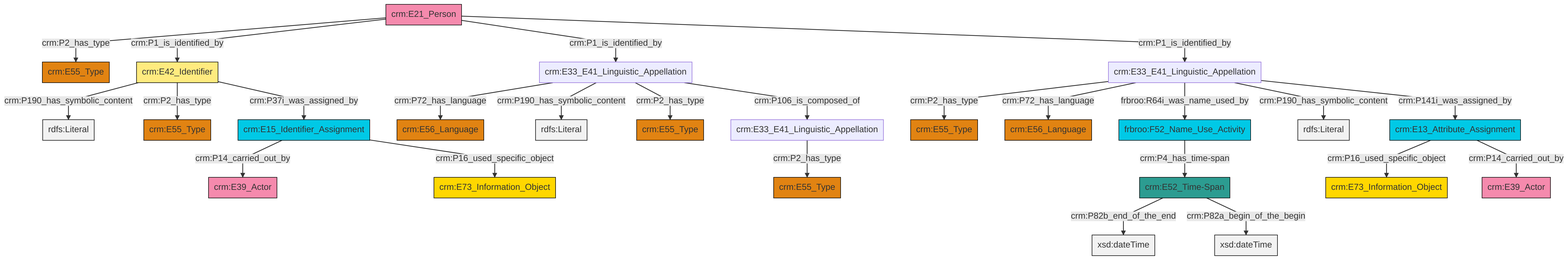
Earlier version of the Mermaid export et/personCSV/ttl/mmd/png/Person_Names_and_Classification.png (swiss-art-research-net/reference-data-models). Its source is kept beside it as et/personCSV/ttl/mmd/Person_Names_and_Classification.ttl.mmd.
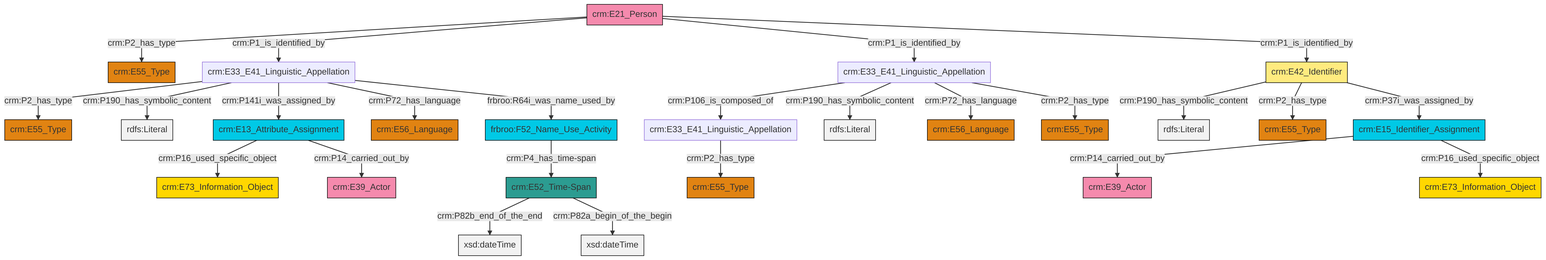
After the change.

What changed in the source:
```diff
@@ -13,27 +13,27 @@
 classDef PC_Classes fill:#4ce600, stroke:#000000;
 classDef Multi fill:#cccccc,stroke:#000000;
 
-4["crm:E33_E41_Linguistic_Appellation"]:::Default -->|crm:P2_has_type| 5["crm:E55_Type"]:::Type
-4["crm:E33_E41_Linguistic_Appellation"]:::Default -->|crm:P72_has_language| 6["crm:E56_Language"]:::Type
-7["crm:E21_Person"]:::Actor -->|crm:P2_has_type| 8["crm:E55_Type"]:::Type
-9["crm:E42_Identifier"]:::Appellation -->|crm:P190_has_symbolic_content| 10[rdfs:Literal]:::Literal
-9["crm:E42_Identifier"]:::Appellation -->|crm:P2_has_type| 2["crm:E55_Type"]:::Type
-13["crm:E15_Identifier_Assignment"]:::Temporal_Entity -->|crm:P14_carried_out_by| 11["crm:E39_Actor"]:::Actor
-4["crm:E33_E41_Linguistic_Appellation"]:::Default -->|frbroo:R64i_was_name_used_by| 19["frbroo:F52_Name_Use_Activity"]:::Temporal_Entity
-0["crm:E13_Attribute_Assignment"]:::Temporal_Entity -->|crm:P16_used_specific_object| 23["crm:E73_Information_Object"]:::Conceptual_Object
-19["frbroo:F52_Name_Use_Activity"]:::Temporal_Entity -->|crm:P4_has_time-span| 28["crm:E52_Time-Span"]:::Time-Span
-0["crm:E13_Attribute_Assignment"]:::Temporal_Entity -->|crm:P14_carried_out_by| 25["crm:E39_Actor"]:::Actor
-7["crm:E21_Person"]:::Actor -->|crm:P1_is_identified_by| 9["crm:E42_Identifier"]:::Appellation
-15["crm:E33_E41_Linguistic_Appellation"]:::Default -->|crm:P72_has_language| 29["crm:E56_Language"]:::Type
-4["crm:E33_E41_Linguistic_Appellation"]:::Default -->|crm:P190_has_symbolic_content| 30[rdfs:Literal]:::Literal
-4["crm:E33_E41_Linguistic_Appellation"]:::Default -->|crm:P141i_was_assigned_by| 0["crm:E13_Attribute_Assignment"]:::Temporal_Entity
-7["crm:E21_Person"]:::Actor -->|crm:P1_is_identified_by| 15["crm:E33_E41_Linguistic_Appellation"]:::Default
-15["crm:E33_E41_Linguistic_Appellation"]:::Default -->|crm:P190_has_symbolic_content| 34[rdfs:Literal]:::Literal
-7["crm:E21_Person"]:::Actor -->|crm:P1_is_identified_by| 4["crm:E33_E41_Linguistic_Appellation"]:::Default
-15["crm:E33_E41_Linguistic_Appellation"]:::Default -->|crm:P2_has_type| 20["crm:E55_Type"]:::Type
-15["crm:E33_E41_Linguistic_Appellation"]:::Default -->|crm:P106_is_composed_of| 31["crm:E33_E41_Linguistic_Appellation"]:::Default
-9["crm:E42_Identifier"]:::Appellation -->|crm:P37i_was_assigned_by| 13["crm:E15_Identifier_Assignment"]:::Temporal_Entity
-31["crm:E33_E41_Linguistic_Appellation"]:::Default -->|crm:P2_has_type| 37["crm:E55_Type"]:::Type
-28["crm:E52_Time-Span"]:::Time-Span -->|crm:P82b_end_of_the_end| 44[xsd:dateTime]:::Literal
-13["crm:E15_Identifier_Assignment"]:::Temporal_Entity -->|crm:P16_used_specific_object| 17["crm:E73_Information_Object"]:::Conceptual_Object
-28["crm:E52_Time-Span"]:::Time-Span -->|crm:P82a_begin_of_the_begin| 46[xsd:dateTime]:::Literal
+0["crm:E33_E41_Linguistic_Appellation"]:::Default -->|crm:P106_is_composed_of| 1["crm:E33_E41_Linguistic_Appellation"]:::Default
+0["crm:E33_E41_Linguistic_Appellation"]:::Default -->|crm:P190_has_symbolic_content| 2[rdfs:Literal]:::Literal
+5["crm:E52_Time-Span"]:::Time-Span -->|crm:P82b_end_of_the_end| 6[xsd:dateTime]:::Literal
+0["crm:E33_E41_Linguistic_Appellation"]:::Default -->|crm:P72_has_language| 7["crm:E56_Language"]:::Type
+15["crm:E33_E41_Linguistic_Appellation"]:::Default -->|crm:P2_has_type| 11["crm:E55_Type"]:::Type
+15["crm:E33_E41_Linguistic_Appellation"]:::Default -->|crm:P190_has_symbolic_content| 16[rdfs:Literal]:::Literal
+17["crm:E42_Identifier"]:::Appellation -->|crm:P190_has_symbolic_content| 18[rdfs:Literal]:::Literal
+17["crm:E42_Identifier"]:::Appellation -->|crm:P2_has_type| 19["crm:E55_Type"]:::Type
+17["crm:E42_Identifier"]:::Appellation -->|crm:P37i_was_assigned_by| 20["crm:E15_Identifier_Assignment"]:::Temporal_Entity
+15["crm:E33_E41_Linguistic_Appellation"]:::Default -->|crm:P141i_was_assigned_by| 23["crm:E13_Attribute_Assignment"]:::Temporal_Entity
+0["crm:E33_E41_Linguistic_Appellation"]:::Default -->|crm:P2_has_type| 26["crm:E55_Type"]:::Type
+20["crm:E15_Identifier_Assignment"]:::Temporal_Entity -->|crm:P14_carried_out_by| 27["crm:E39_Actor"]:::Actor
+28["crm:E21_Person"]:::Actor -->|crm:P2_has_type| 13["crm:E55_Type"]:::Type
+23["crm:E13_Attribute_Assignment"]:::Temporal_Entity -->|crm:P16_used_specific_object| 8["crm:E73_Information_Object"]:::Conceptual_Object
+28["crm:E21_Person"]:::Actor -->|crm:P1_is_identified_by| 15["crm:E33_E41_Linguistic_Appellation"]:::Default
+1["crm:E33_E41_Linguistic_Appellation"]:::Default -->|crm:P2_has_type| 21["crm:E55_Type"]:::Type
+23["crm:E13_Attribute_Assignment"]:::Temporal_Entity -->|crm:P14_carried_out_by| 38["crm:E39_Actor"]:::Actor
+28["crm:E21_Person"]:::Actor -->|crm:P1_is_identified_by| 0["crm:E33_E41_Linguistic_Appellation"]:::Default
+15["crm:E33_E41_Linguistic_Appellation"]:::Default -->|crm:P72_has_language| 31["crm:E56_Language"]:::Type
+20["crm:E15_Identifier_Assignment"]:::Temporal_Entity -->|crm:P16_used_specific_object| 24["crm:E73_Information_Object"]:::Conceptual_Object
+5["crm:E52_Time-Span"]:::Time-Span -->|crm:P82a_begin_of_the_begin| 43[xsd:dateTime]:::Literal
+15["crm:E33_E41_Linguistic_Appellation"]:::Default -->|frbroo:R64i_was_name_used_by| 3["frbroo:F52_Name_Use_Activity"]:::Temporal_Entity
+3["frbroo:F52_Name_Use_Activity"]:::Temporal_Entity -->|crm:P4_has_time-span| 5["crm:E52_Time-Span"]:::Time-Span
+28["crm:E21_Person"]:::Actor -->|crm:P1_is_identified_by| 17["crm:E42_Identifier"]:::Appellation
```
